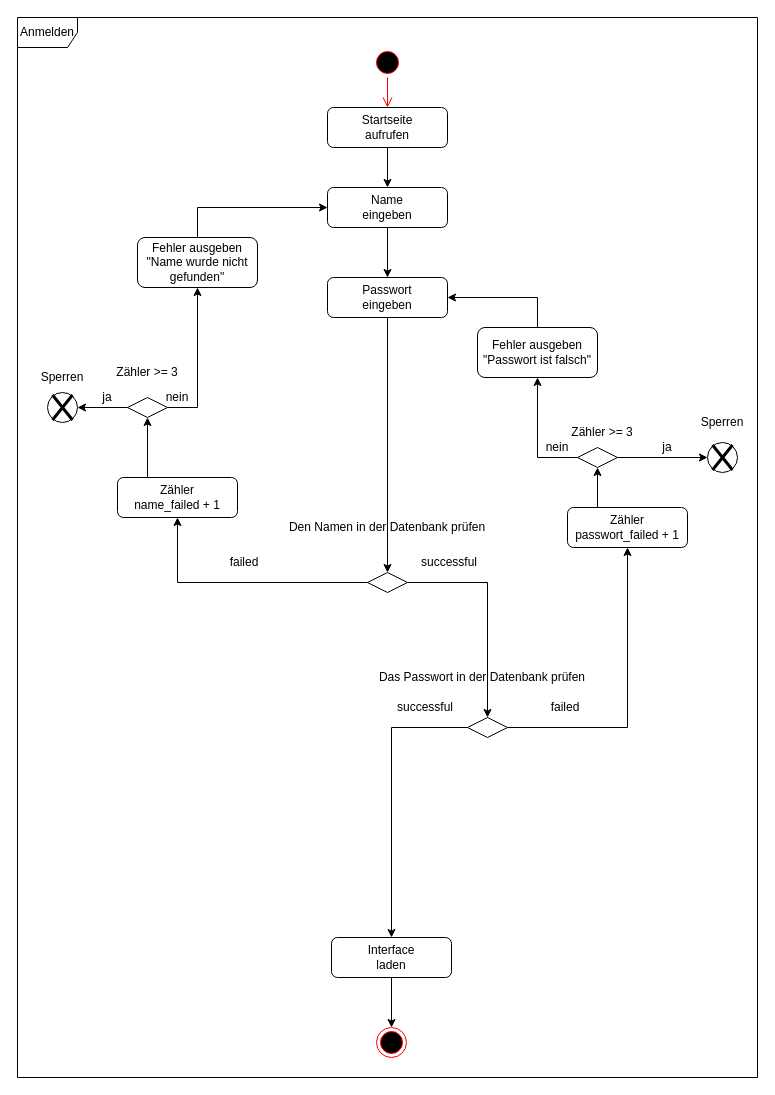
The draw.io diagram page "Aktivitätsdiagramm_Anmelden" (2 of 13) of docks/Info.drawio in Alexej02091/php_lernen, before the edit. Source tidied: cells renumbered, new cells numbered last; positions are measured from the earlier drawing's top-left corner, leaving out a move shared by most shapes. Both pictures are drawn from the tidied source at 100%, with x=0, y=0 at pixel (17, 17).
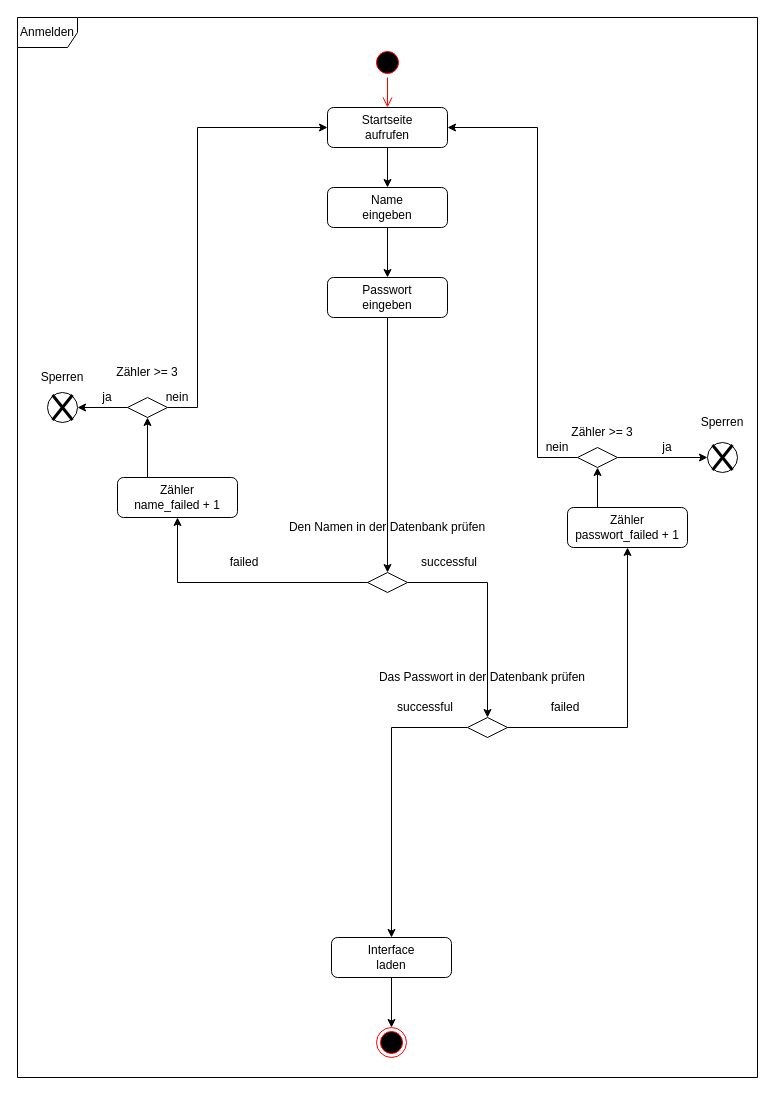
After the change.

The change refers to these unchanged cells:
```xml
<mxCell id="5" value="Startseite&lt;div&gt;aufrufen&lt;/div&gt;" style="rounded=1;whiteSpace=wrap;html=1;" parent="1" vertex="1">
  <mxGeometry x="310" y="90" width="120" height="40" as="geometry" />
</mxCell>
<mxCell id="6" value="Name&lt;div&gt;eingeben&lt;/div&gt;" style="rounded=1;whiteSpace=wrap;html=1;" parent="1" vertex="1">
  <mxGeometry x="310" y="170" width="120" height="40" as="geometry" />
</mxCell>
<mxCell id="8" value="Passwort&lt;br&gt;&lt;div&gt;eingeben&lt;/div&gt;" style="rounded=1;whiteSpace=wrap;html=1;" parent="1" vertex="1">
  <mxGeometry x="310" y="260" width="120" height="40" as="geometry" />
</mxCell>
<mxCell id="29" style="rhombus;whiteSpace=wrap;html=1;" parent="1" vertex="1">
  <mxGeometry x="110" y="380" width="40" height="20" as="geometry" />
</mxCell>
<mxCell id="41" style="rhombus;whiteSpace=wrap;html=1;" parent="1" vertex="1">
  <mxGeometry x="560" y="430" width="40" height="20" as="geometry" />
</mxCell>
```

The edit, as a diff of the source:
```diff
@@
-    <mxCell id="13" value="Fehler ausgeben&lt;div&gt;&quot;Name wurde nicht gefunden&quot;&lt;/div&gt;" style="rounded=1;whiteSpace=wrap;html=1;" parent="1" vertex="1">
-      <mxGeometry x="120" y="220" width="120" height="50" as="geometry" />
-    </mxCell>
@@
-    <mxCell id="15" style="endArrow=classic;html=1;rounded=0;exitX=0.5;exitY=0;exitDx=0;exitDy=0;entryX=0;entryY=0.5;entryDx=0;entryDy=0;" parent="1" edge="1" source="13" target="6">
-      <mxGeometry relative="1" as="geometry">
-        <Array as="points">
-          <mxPoint x="180" y="190" />
-        </Array>
-      </mxGeometry>
-    </mxCell>
@@
-    <mxCell id="21" value="Fehler ausgeben&lt;div&gt;&quot;Passwort ist falsch&quot;&lt;/div&gt;" style="rounded=1;whiteSpace=wrap;html=1;" parent="1" vertex="1">
-      <mxGeometry x="460" y="310" width="120" height="50" as="geometry" />
-    </mxCell>
@@
-    <mxCell id="23" style="endArrow=classic;html=1;rounded=0;exitX=0.5;exitY=0;exitDx=0;exitDy=0;entryX=1;entryY=0.5;entryDx=0;entryDy=0;" parent="1" edge="1" source="21" target="8">
-      <mxGeometry relative="1" as="geometry">
-        <Array as="points">
-          <mxPoint x="520" y="280" />
-        </Array>
-      </mxGeometry>
-    </mxCell>
@@
-    <mxCell id="37" style="endArrow=classic;html=1;rounded=0;exitX=1;exitY=0.5;exitDx=0;exitDy=0;entryX=0.5;entryY=1;entryDx=0;entryDy=0;" parent="1" edge="1" source="29" target="13">
+    <mxCell id="37" style="endArrow=classic;html=1;rounded=0;exitX=1;exitY=0.5;exitDx=0;exitDy=0;entryX=0;entryY=0.5;entryDx=0;entryDy=0;" parent="1" edge="1" source="29" target="5">
       <mxGeometry relative="1" as="geometry">
         <Array as="points">
           <mxPoint x="180" y="390" />
+          <mxPoint x="180" y="110" />
         </Array>
       </mxGeometry>
     </mxCell>
@@
-    <mxCell id="43" style="endArrow=classic;html=1;rounded=0;exitX=0;exitY=0.5;exitDx=0;exitDy=0;entryX=0.5;entryY=1;entryDx=0;entryDy=0;" parent="1" edge="1" source="41" target="21">
+    <mxCell id="43" style="endArrow=classic;html=1;rounded=0;exitX=0;exitY=0.5;exitDx=0;exitDy=0;entryX=1;entryY=0.5;entryDx=0;entryDy=0;" parent="1" edge="1" source="41" target="5">
       <mxGeometry relative="1" as="geometry">
         <Array as="points">
           <mxPoint x="520" y="440" />
+          <mxPoint x="520" y="110" />
         </Array>
       </mxGeometry>
     </mxCell>
```
